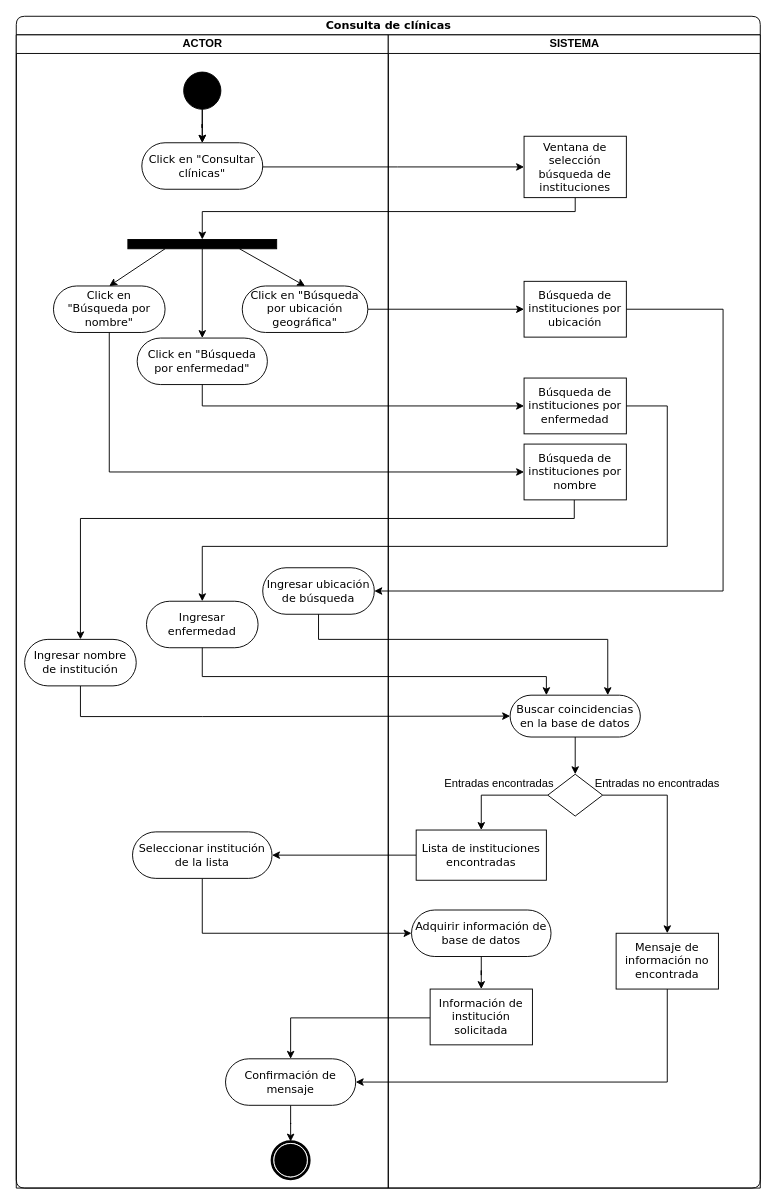
The draw.io diagram MET/Consulta de clinicas.drawio in NeutronBlast/IS-Ex, before the edit. Source tidied: cells renumbered, new cells numbered last; positions are measured from the earlier drawing's top-left corner, leaving out a move shared by most shapes. Both pictures are drawn from the tidied source at 93%, with x=0, y=0 at pixel (16, 16).
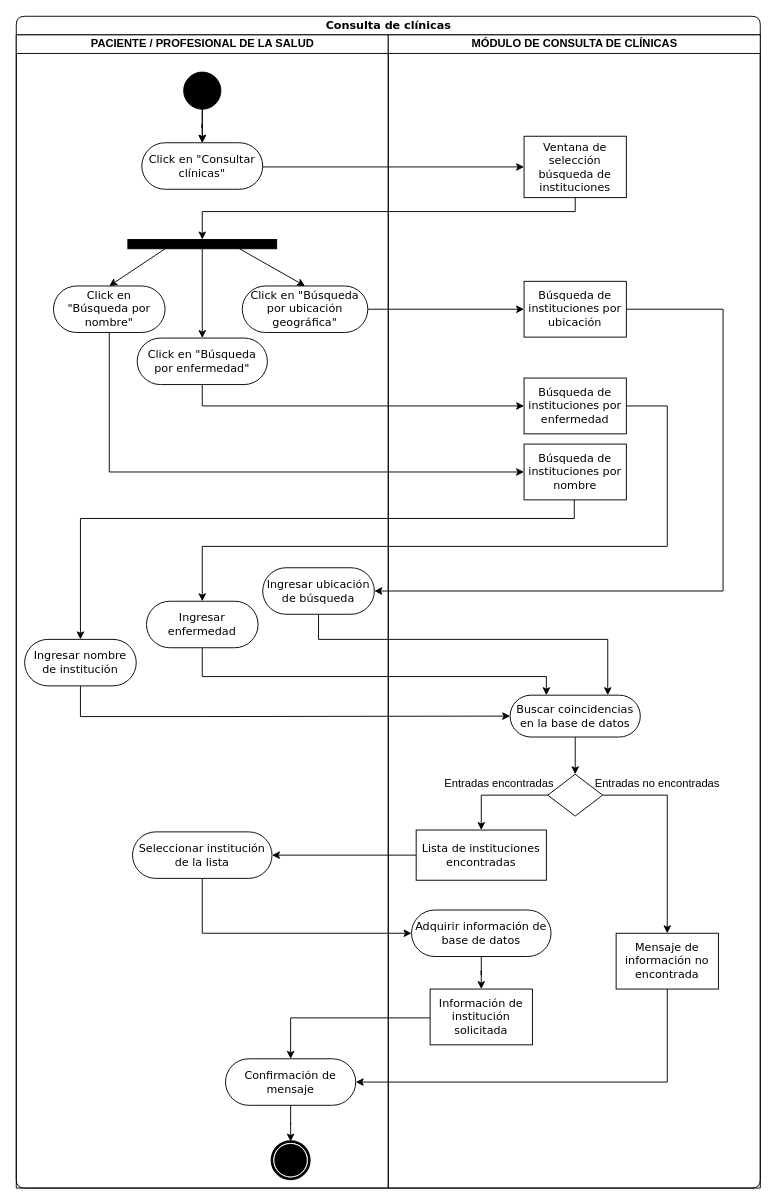
After the change.

The change refers to these unchanged cells:
```xml
<mxCell id="2" value="Consulta de clínicas" style="swimlane;html=1;startSize=20;rounded=1;shadow=0;comic=0;labelBackgroundColor=none;strokeWidth=1;fontFamily=Verdana;fontSize=12;align=center;" parent="1" vertex="1">
  <mxGeometry width="800" height="1260" as="geometry" />
</mxCell>
```

The edit, as a diff of the source:
```diff
@@
-    <mxCell id="12" value="ACTOR" style="swimlane;html=1;startSize=20;" parent="2" vertex="1">
+    <mxCell id="12" value="PACIENTE / PROFESIONAL DE LA SALUD" style="swimlane;html=1;startSize=20;" parent="2" vertex="1">
       <mxGeometry y="20" width="400" height="1240" as="geometry" />
     </mxCell>
@@
-    <mxCell id="33" value="SISTEMA" style="swimlane;html=1;startSize=20;" parent="2" vertex="1">
+    <mxCell id="33" value="MÓDULO DE CONSULTA DE CLÍNICAS" style="swimlane;html=1;startSize=20;" parent="2" vertex="1">
       <mxGeometry x="400" y="20" width="400" height="1240" as="geometry" />
     </mxCell>
```
